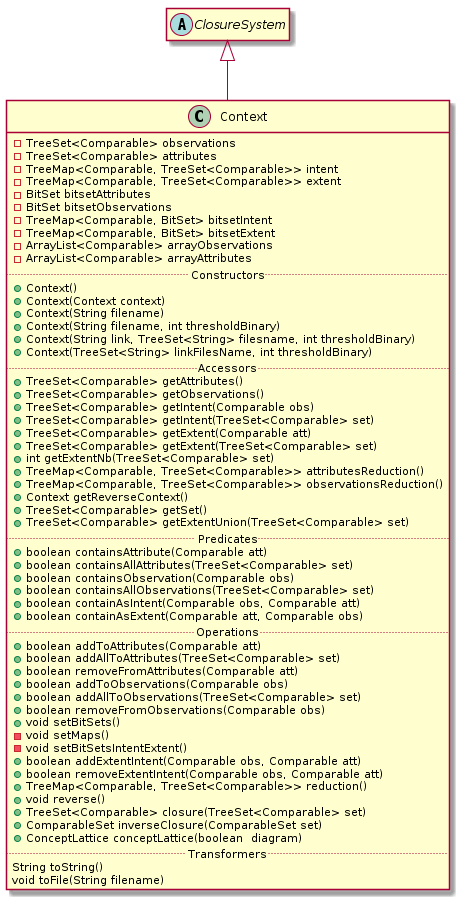
EstrellaRL/java-lattices keeps this PlantUML diagram as api/lattice/Context.png. Above is the earlier version. Source of this version:
```plantuml
@startuml Context.png
class Context {
	-TreeSet<Comparable> observations
	-TreeSet<Comparable> attributes
	-TreeMap<Comparable, TreeSet<Comparable>> intent
	-TreeMap<Comparable, TreeSet<Comparable>> extent
	-BitSet bitsetAttributes
	-BitSet bitsetObservations
	-TreeMap<Comparable, BitSet> bitsetIntent
	-TreeMap<Comparable, BitSet> bitsetExtent
	-ArrayList<Comparable> arrayObservations
	-ArrayList<Comparable> arrayAttributes
	.. Constructors ..
    +Context()
    +Context(Context context)
    +Context(String filename)
    +Context(String filename, int thresholdBinary)
    +Context(String link, TreeSet<String> filesname, int thresholdBinary)
    +Context(TreeSet<String> linkFilesName, int thresholdBinary)
    .. Accessors ..
    +TreeSet<Comparable> getAttributes()
    +TreeSet<Comparable> getObservations()
    +TreeSet<Comparable> getIntent(Comparable obs)
    +TreeSet<Comparable> getIntent(TreeSet<Comparable> set)
    +TreeSet<Comparable> getExtent(Comparable att)
    +TreeSet<Comparable> getExtent(TreeSet<Comparable> set)
    +int getExtentNb(TreeSet<Comparable> set)
    +TreeMap<Comparable, TreeSet<Comparable>> attributesReduction()
	+TreeMap<Comparable, TreeSet<Comparable>> observationsReduction()
	+Context getReverseContext()
	+TreeSet<Comparable> getSet()
	+TreeSet<Comparable> getExtentUnion(TreeSet<Comparable> set)
    .. Predicates ..
    +boolean containsAttribute(Comparable att)
    +boolean containsAllAttributes(TreeSet<Comparable> set)
    +boolean containsObservation(Comparable obs)
    +boolean containsAllObservations(TreeSet<Comparable> set)
    +boolean containAsIntent(Comparable obs, Comparable att)
    +boolean containAsExtent(Comparable att, Comparable obs)
    .. Operations ..
    +boolean addToAttributes(Comparable att)
    +boolean addAllToAttributes(TreeSet<Comparable> set)
    +boolean removeFromAttributes(Comparable att)
    +boolean addToObservations(Comparable obs)
    +boolean addAllToObservations(TreeSet<Comparable> set)
    +boolean removeFromObservations(Comparable obs)
    +void setBitSets()
    -void setMaps()
    -void setBitSetsIntentExtent()
    +boolean addExtentIntent(Comparable obs, Comparable att)
    +boolean removeExtentIntent(Comparable obs, Comparable att)
	+TreeMap<Comparable, TreeSet<Comparable>> reduction()
	+void reverse()
    +TreeSet<Comparable> closure(TreeSet<Comparable> set)
    +ComparableSet inverseClosure(ComparableSet set)
    +ConceptLattice conceptLattice(boolean  diagram)
    .. Transformers ..
    String toString()
    void toFile(String filename)
}

ClosureSystem <|-- Context

class ClosureSystem {
    +{abstract} TreeSet<Comparable> getSet()
    +{abstract} TreeSet<Comparable> closure(TreeSet<Comparable> set)
    +{abstract} void toFile(String file)

    +ConceptLattice closedSetLattice(boolean  diagram)
    +Vector<Concept> allClosures()
    +Concept nextClosure(Concept cl)
    +DGraph precedenceGraph()
    +TreeMap<Object, TreeSet> getReducibleElements()
}

abstract class ClosureSystem


 hide members
 show Context members
@enduml
```
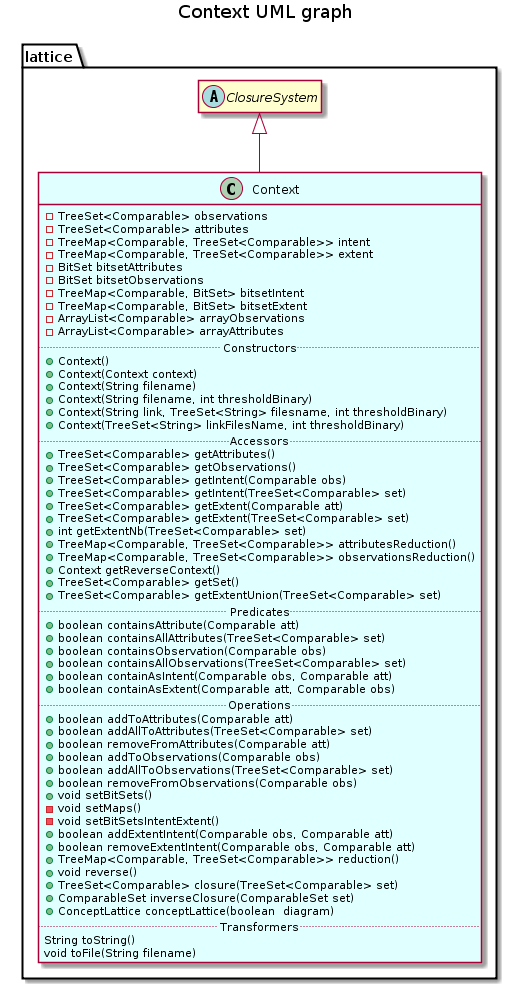
The same diagram one commit later.

Diff of the diagram source:
```diff
@@ -1,81 +1,85 @@
 @startuml Context.png
-class Context {
-	-TreeSet<Comparable> observations
-	-TreeSet<Comparable> attributes
-	-TreeMap<Comparable, TreeSet<Comparable>> intent
-	-TreeMap<Comparable, TreeSet<Comparable>> extent
-	-BitSet bitsetAttributes
-	-BitSet bitsetObservations
-	-TreeMap<Comparable, BitSet> bitsetIntent
-	-TreeMap<Comparable, BitSet> bitsetExtent
-	-ArrayList<Comparable> arrayObservations
-	-ArrayList<Comparable> arrayAttributes
-	.. Constructors ..
-    +Context()
-    +Context(Context context)
-    +Context(String filename)
-    +Context(String filename, int thresholdBinary)
-    +Context(String link, TreeSet<String> filesname, int thresholdBinary)
-    +Context(TreeSet<String> linkFilesName, int thresholdBinary)
-    .. Accessors ..
-    +TreeSet<Comparable> getAttributes()
-    +TreeSet<Comparable> getObservations()
-    +TreeSet<Comparable> getIntent(Comparable obs)
-    +TreeSet<Comparable> getIntent(TreeSet<Comparable> set)
-    +TreeSet<Comparable> getExtent(Comparable att)
-    +TreeSet<Comparable> getExtent(TreeSet<Comparable> set)
-    +int getExtentNb(TreeSet<Comparable> set)
-    +TreeMap<Comparable, TreeSet<Comparable>> attributesReduction()
-	+TreeMap<Comparable, TreeSet<Comparable>> observationsReduction()
-	+Context getReverseContext()
-	+TreeSet<Comparable> getSet()
-	+TreeSet<Comparable> getExtentUnion(TreeSet<Comparable> set)
-    .. Predicates ..
-    +boolean containsAttribute(Comparable att)
-    +boolean containsAllAttributes(TreeSet<Comparable> set)
-    +boolean containsObservation(Comparable obs)
-    +boolean containsAllObservations(TreeSet<Comparable> set)
-    +boolean containAsIntent(Comparable obs, Comparable att)
-    +boolean containAsExtent(Comparable att, Comparable obs)
-    .. Operations ..
-    +boolean addToAttributes(Comparable att)
-    +boolean addAllToAttributes(TreeSet<Comparable> set)
-    +boolean removeFromAttributes(Comparable att)
-    +boolean addToObservations(Comparable obs)
-    +boolean addAllToObservations(TreeSet<Comparable> set)
-    +boolean removeFromObservations(Comparable obs)
-    +void setBitSets()
-    -void setMaps()
-    -void setBitSetsIntentExtent()
-    +boolean addExtentIntent(Comparable obs, Comparable att)
-    +boolean removeExtentIntent(Comparable obs, Comparable att)
-	+TreeMap<Comparable, TreeSet<Comparable>> reduction()
-	+void reverse()
-    +TreeSet<Comparable> closure(TreeSet<Comparable> set)
-    +ComparableSet inverseClosure(ComparableSet set)
-    +ConceptLattice conceptLattice(boolean  diagram)
-    .. Transformers ..
-    String toString()
-    void toFile(String filename)
+package lattice {
+    class Context {
+        -TreeSet<Comparable> observations
+        -TreeSet<Comparable> attributes
+        -TreeMap<Comparable, TreeSet<Comparable>> intent
+        -TreeMap<Comparable, TreeSet<Comparable>> extent
+        -BitSet bitsetAttributes
+        -BitSet bitsetObservations
+        -TreeMap<Comparable, BitSet> bitsetIntent
+        -TreeMap<Comparable, BitSet> bitsetExtent
+        -ArrayList<Comparable> arrayObservations
+        -ArrayList<Comparable> arrayAttributes
+        .. Constructors ..
+        +Context()
+        +Context(Context context)
+        +Context(String filename)
+        +Context(String filename, int thresholdBinary)
+        +Context(String link, TreeSet<String> filesname, int thresholdBinary)
+        +Context(TreeSet<String> linkFilesName, int thresholdBinary)
+        .. Accessors ..
+        +TreeSet<Comparable> getAttributes()
+        +TreeSet<Comparable> getObservations()
+        +TreeSet<Comparable> getIntent(Comparable obs)
+        +TreeSet<Comparable> getIntent(TreeSet<Comparable> set)
+        +TreeSet<Comparable> getExtent(Comparable att)
+        +TreeSet<Comparable> getExtent(TreeSet<Comparable> set)
+        +int getExtentNb(TreeSet<Comparable> set)
+        +TreeMap<Comparable, TreeSet<Comparable>> attributesReduction()
+        +TreeMap<Comparable, TreeSet<Comparable>> observationsReduction()
+        +Context getReverseContext()
+        +TreeSet<Comparable> getSet()
+        +TreeSet<Comparable> getExtentUnion(TreeSet<Comparable> set)
+        .. Predicates ..
+        +boolean containsAttribute(Comparable att)
+        +boolean containsAllAttributes(TreeSet<Comparable> set)
+        +boolean containsObservation(Comparable obs)
+        +boolean containsAllObservations(TreeSet<Comparable> set)
+        +boolean containAsIntent(Comparable obs, Comparable att)
+        +boolean containAsExtent(Comparable att, Comparable obs)
+        .. Operations ..
+        +boolean addToAttributes(Comparable att)
+        +boolean addAllToAttributes(TreeSet<Comparable> set)
+        +boolean removeFromAttributes(Comparable att)
+        +boolean addToObservations(Comparable obs)
+        +boolean addAllToObservations(TreeSet<Comparable> set)
+        +boolean removeFromObservations(Comparable obs)
+        +void setBitSets()
+        -void setMaps()
+        -void setBitSetsIntentExtent()
+        +boolean addExtentIntent(Comparable obs, Comparable att)
+        +boolean removeExtentIntent(Comparable obs, Comparable att)
+        +TreeMap<Comparable, TreeSet<Comparable>> reduction()
+        +void reverse()
+        +TreeSet<Comparable> closure(TreeSet<Comparable> set)
+        +ComparableSet inverseClosure(ComparableSet set)
+        +ConceptLattice conceptLattice(boolean  diagram)
+        .. Transformers ..
+        String toString()
+        void toFile(String filename)
+    }
+
+    ClosureSystem <|-- Context
 }
+package lattice {
+    class ClosureSystem {
+        +{abstract} TreeSet<Comparable> getSet()
+        +{abstract} TreeSet<Comparable> closure(TreeSet<Comparable> set)
+        +{abstract} void toFile(String file)
 
-ClosureSystem <|-- Context
+        +ConceptLattice closedSetLattice(boolean  diagram)
+        +Vector<Concept> allClosures()
+        +Concept nextClosure(Concept cl)
+        +DGraph precedenceGraph()
+        +TreeMap<Object, TreeSet> getReducibleElements()
+    }
 
-class ClosureSystem {
-    +{abstract} TreeSet<Comparable> getSet()
-    +{abstract} TreeSet<Comparable> closure(TreeSet<Comparable> set)
-    +{abstract} void toFile(String file)
-
-    +ConceptLattice closedSetLattice(boolean  diagram)
-    +Vector<Concept> allClosures()
-    +Concept nextClosure(Concept cl)
-    +DGraph precedenceGraph()
-    +TreeMap<Object, TreeSet> getReducibleElements()
+    abstract class ClosureSystem
 }
-
-abstract class ClosureSystem
-
 
  hide members
  show Context members
+ class Context #LightCyan
+ title Context UML graph
 @enduml
```
